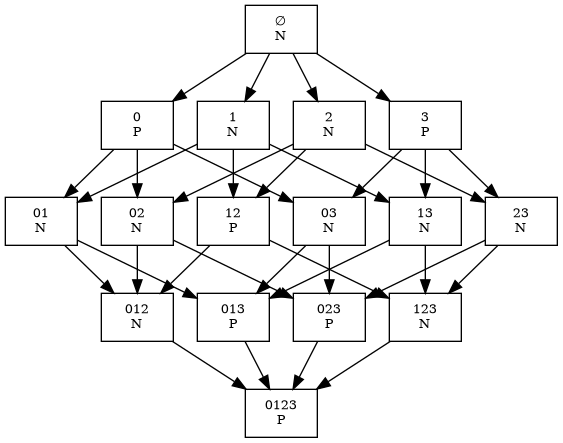
This is game_tree/decision_tree_0123.png from AdirAli/sparse-ruler-n-p-position, a Graphviz export, as it was before one commit. Its source is kept beside it as game_tree/decision_tree_0123.dot.
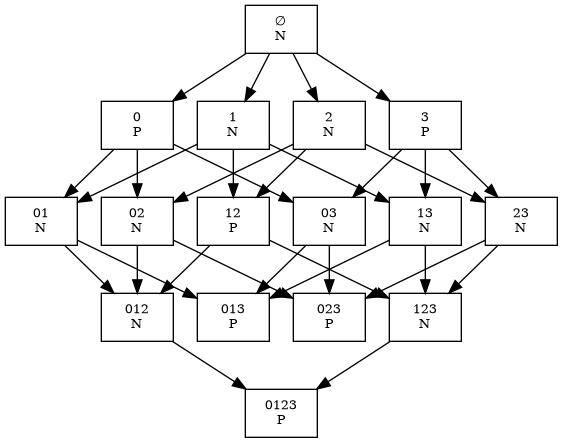
Later version of the same file.

Diff of the diagram source:
```diff
@@ -28,10 +28,8 @@
   n2 -> n3;
   n2 -> n5;
   n3 -> n4;
-  n5 -> n4;
   n6 -> n3;
   n6 -> n7;
-  n7 -> n4;
   n8 -> n5;
   n8 -> n7;
   n9 -> n2;
```
